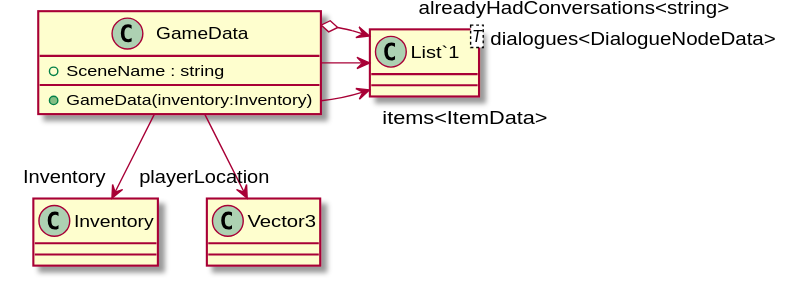
robinsuurs/Mallow_Mysterie keeps this PlantUML diagram as UML/SaveAndLoad/Data/GameData.svg. Above is the earlier version.
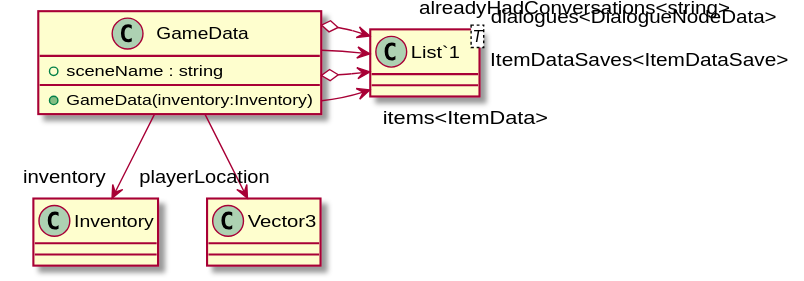
After the commit.

Commit message:
Generate UML (Generate UML)

Change to the diagram source:
```diff
@@ -1,12 +1,13 @@
 @startuml
 class GameData {
-    + SceneName : string
+    + sceneName : string
     + GameData(inventory:Inventory)
 }
 class "List`1"<T> {
 }
 GameData --> "items<ItemData>" "List`1"
-GameData --> "Inventory" Inventory
+GameData o-> "ItemDataSaves<ItemDataSave>" "List`1"
+GameData --> "inventory" Inventory
 GameData --> "playerLocation" Vector3
 GameData --> "dialogues<DialogueNodeData>" "List`1"
 GameData o-> "alreadyHadConversations<string>" "List`1"
```
